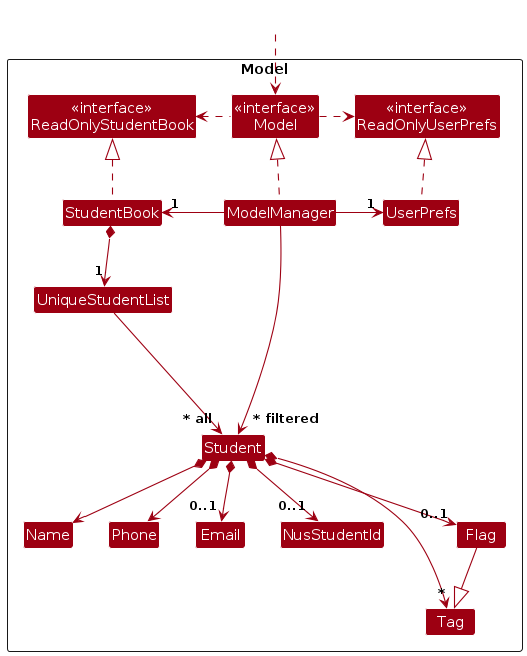
This is diagrams/ModelClassDiagram.png from CJBuzz/tp, a PlantUML export, as it was before one commit. Its source is kept beside it as diagrams/ModelClassDiagram.puml.
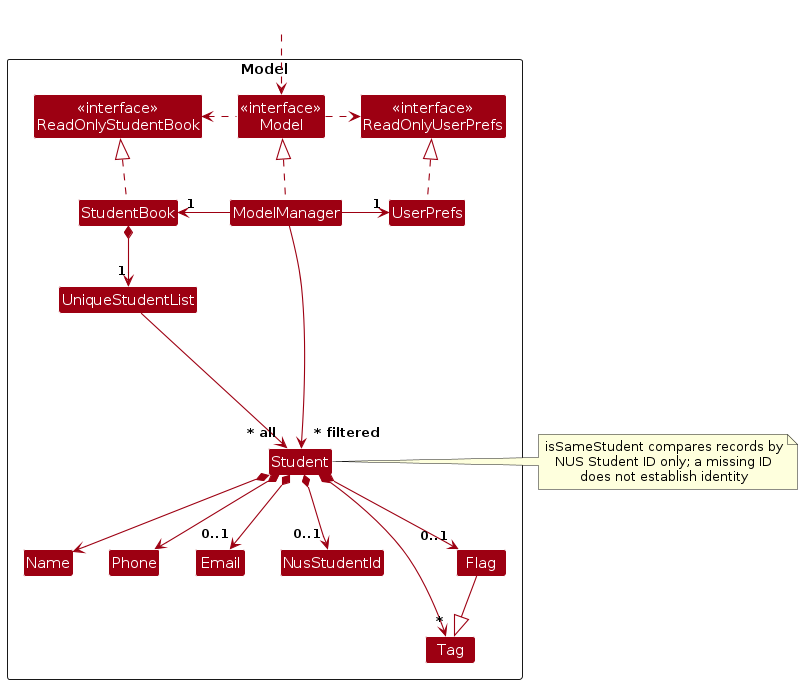
After the commit.

What changed in the source:
```diff
@@ -46,6 +46,12 @@
 Student *--> "0..1" Flag
 Flag --|> Tag
 
+note right of Student
+  isSameStudent compares records by
+  NUS Student ID only; a missing ID
+  does not establish identity
+end note
+
 Student -[hidden]up--> I
 UniqueStudentList -[hidden]right-> I
 
```
